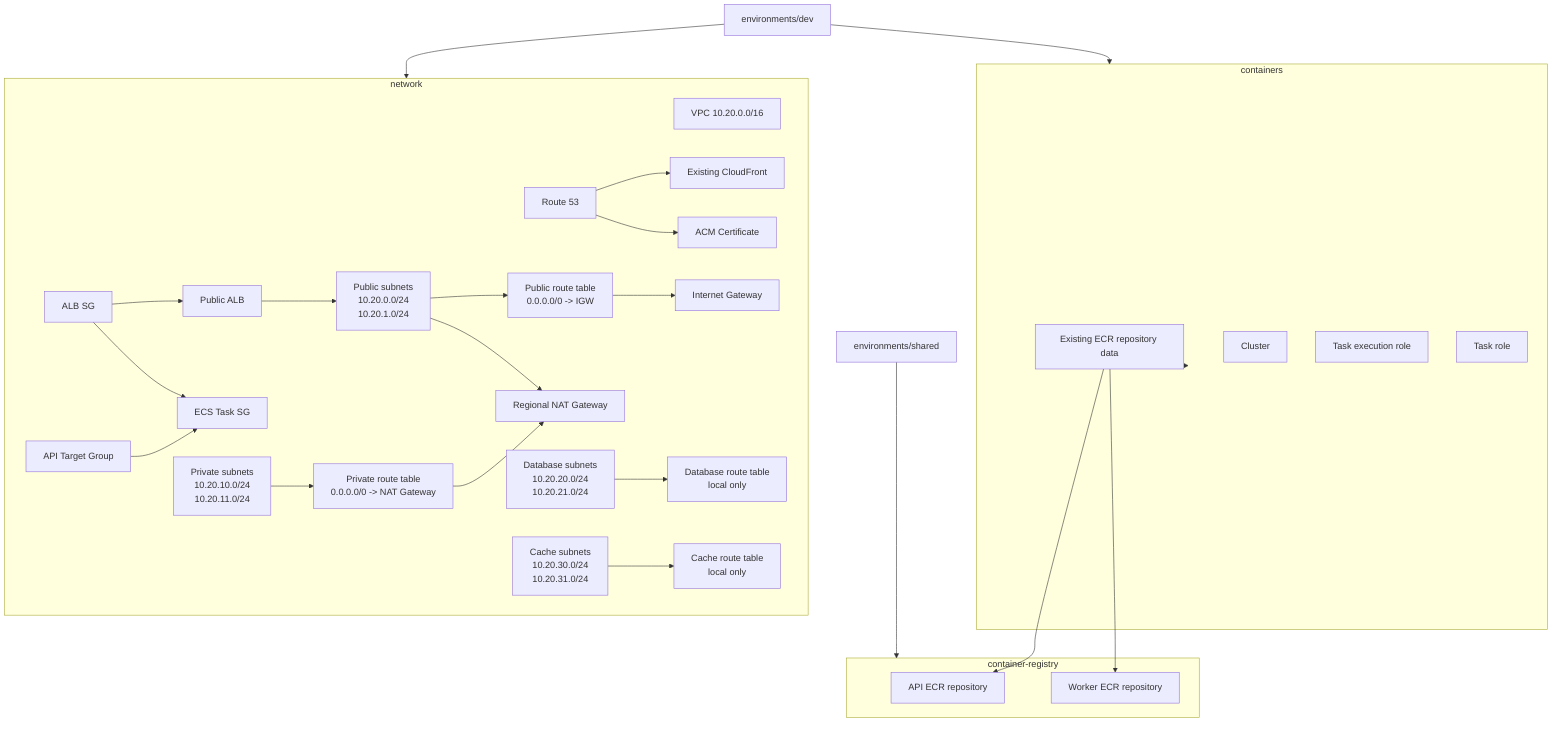
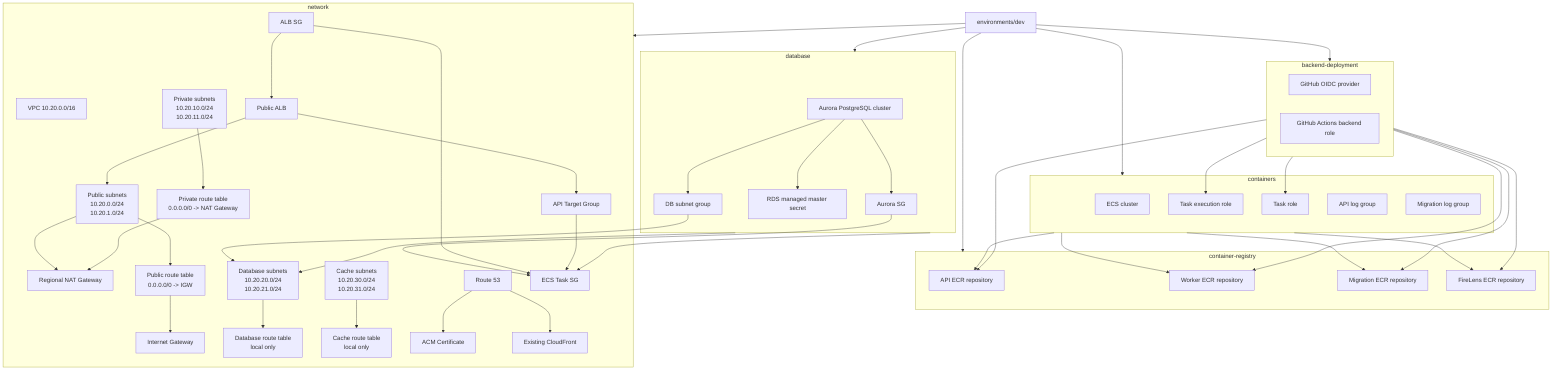
flowchart TB
  root["environments/dev"]
-   shared["environments/shared"]

  subgraph registry["container-registry"]
    api_repo["API ECR repository"]
    worker_repo["Worker ECR repository"]
+     migration_repo["Migration ECR repository"]
+     firelens_repo["FireLens ECR repository"]
  end

  subgraph containers["containers"]
-     ecr_data["Existing ECR repository data"]
-     cluster["Cluster"]
+     cluster["ECS cluster"]
    task_execution_role["Task execution role"]
    task_role["Task role"]
+     api_logs["API log group"]
+     migration_logs["Migration log group"]
+   end
+ 
+   subgraph database_module["database"]
+     aurora["Aurora PostgreSQL cluster"]
+     db_subnet_group["DB subnet group"]
+     db_sg["Aurora SG"]
+     db_secret["RDS managed master secret"]
  end

  subgraph network["network"]
    vpc["VPC 10.20.0.0/16"]
    igw["Internet Gateway"]
    nat["Regional NAT Gateway"]

    public["Public subnets\n10.20.0.0/24\n10.20.1.0/24"]
    private["Private subnets\n10.20.10.0/24\n10.20.11.0/24"]
-     database["Database subnets\n10.20.20.0/24\n10.20.21.0/24"]
+     database_subnets["Database subnets\n10.20.20.0/24\n10.20.21.0/24"]
    cache["Cache subnets\n10.20.30.0/24\n10.20.31.0/24"]

    public_rt["Public route table\n0.0.0.0/0 -> IGW"]
    private_rt["Private route table\n0.0.0.0/0 -> NAT Gateway"]
    database_rt["Database route table\nlocal only"]
    cache_rt["Cache route table\nlocal only"]

    public_alb["Public ALB"]
    api_tg["API Target Group"]
    route53["Route 53"]
    acm["ACM Certificate"]
    cloudfront["Existing CloudFront"]
    alb_sg["ALB SG"]
    ecs_task_sg["ECS Task SG"]
  end

-   shared --> registry
+   subgraph backend_deployment["backend-deployment"]
+     github_oidc["GitHub OIDC provider"]
+     github_role["GitHub Actions backend role"]
+   end
+ 
+   root --> registry
  root --> containers
+   root --> database_module
  root --> network
-   containers --> ecr_data
-   ecr_data --> api_repo
-   ecr_data --> worker_repo
+   root --> backend_deployment
+ 
+   containers --> api_repo
+   containers --> worker_repo
+   containers --> migration_repo
+   containers --> firelens_repo
+   backend_deployment --> api_repo
+   backend_deployment --> worker_repo
+   backend_deployment --> migration_repo
+   backend_deployment --> firelens_repo
+   backend_deployment --> task_execution_role
+   backend_deployment --> task_role
+ 
+   database_module --> database_subnets
+   database_module --> ecs_task_sg
+   db_subnet_group --> database_subnets
+   db_sg --> ecs_task_sg
+   aurora --> db_subnet_group
+   aurora --> db_sg
+   aurora --> db_secret
+ 
  route53 --> cloudfront
  route53 --> acm
  alb_sg --> public_alb
  alb_sg --> ecs_task_sg
  public_alb --> public
+   public_alb --> api_tg
  api_tg --> ecs_task_sg
  public --> public_rt
  public --> nat
  public_rt --> igw
  private --> private_rt
  private_rt --> nat
-   database --> database_rt
+   database_subnets --> database_rt
  cache --> cache_rt
